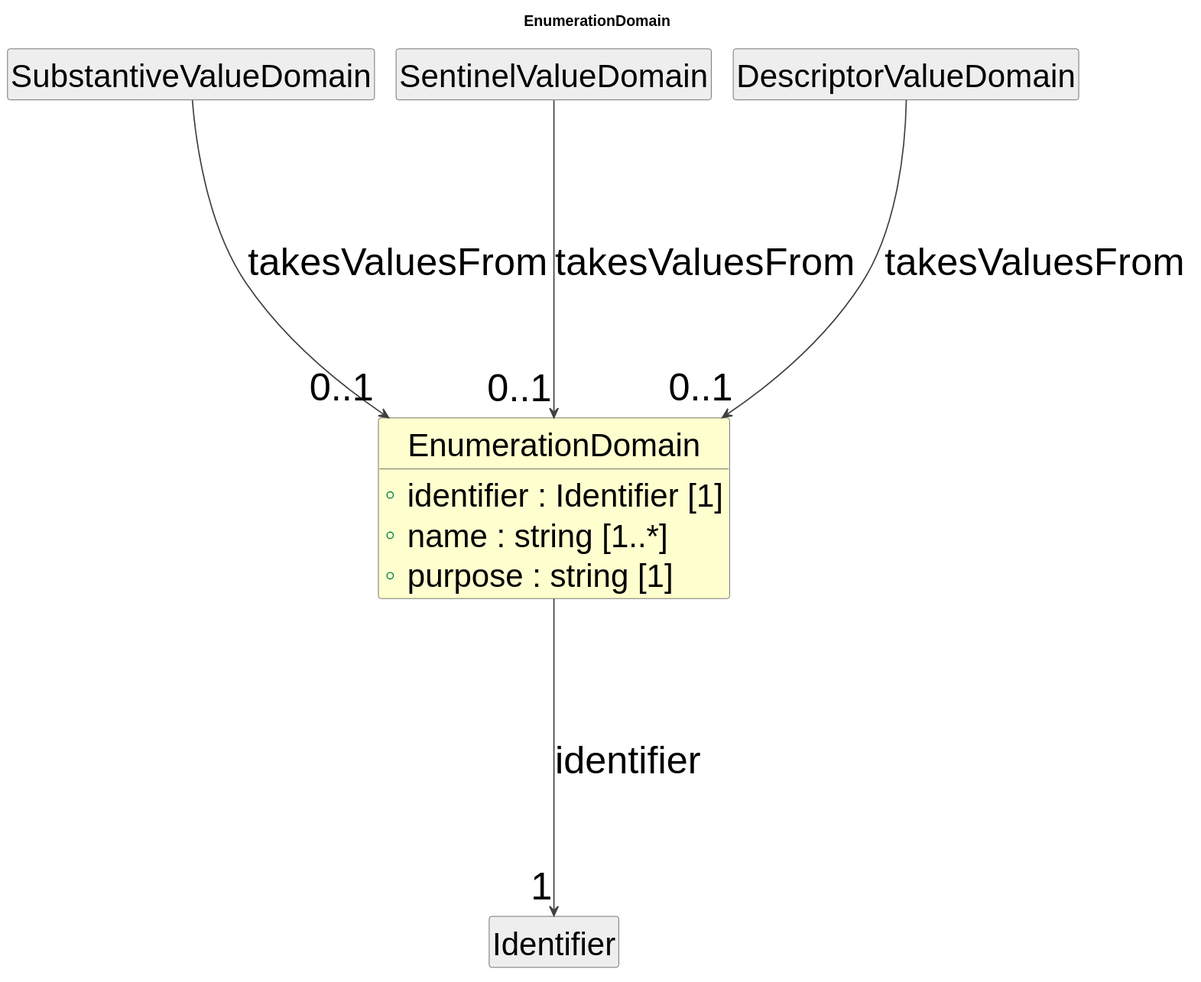
Cross-Domain-Interoperability-Framework/metadataBuildingBlocks keeps this PlantUML diagram as cdif-uml-model/_plantuml/discoveryDataDescriptionStructure/Classes/EnumerationDomain.svg. Above is the earlier version.
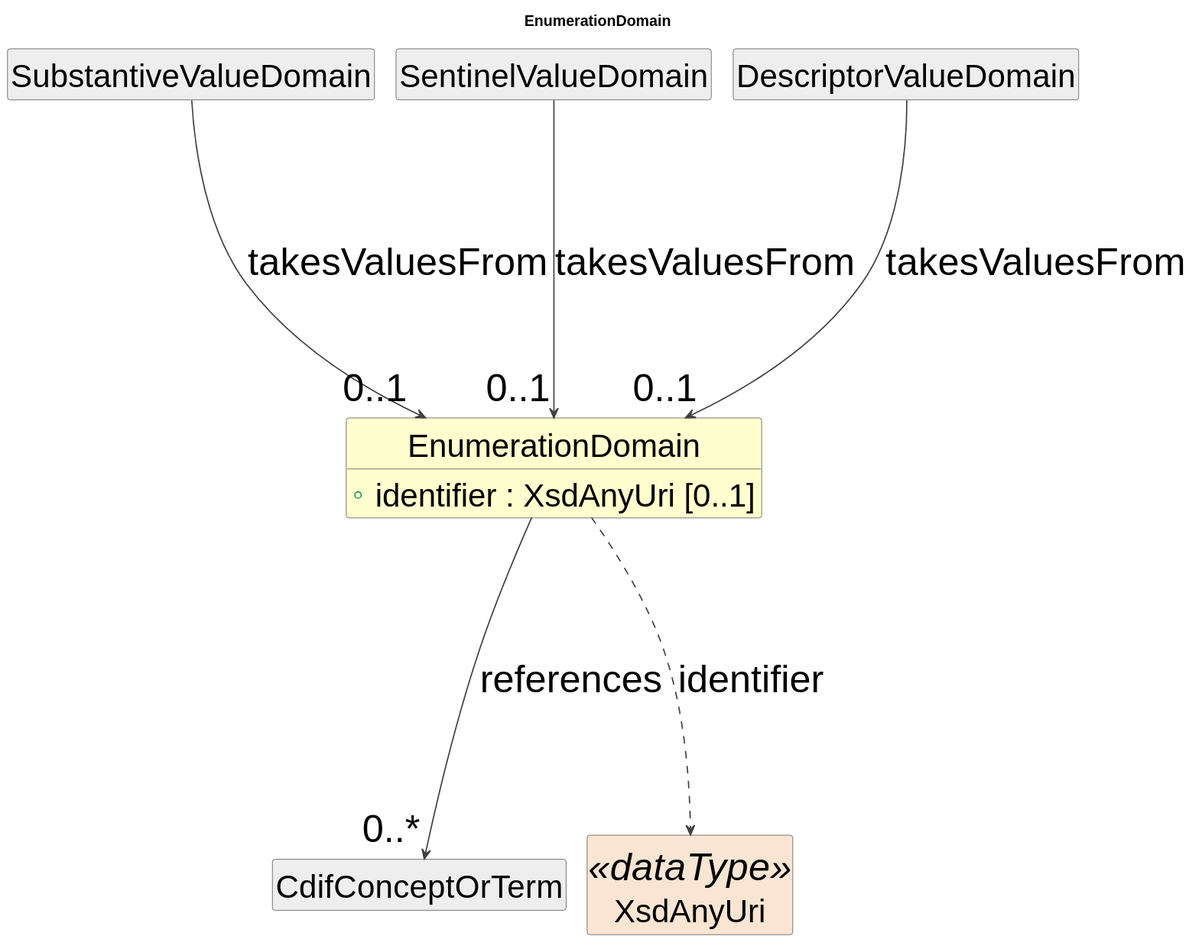
After the commit.

Diff of the diagram source:
```diff
@@ -15,16 +15,16 @@
 }
 
 class "EnumerationDomain" as EnumerationDomain #FEFECE {
-  +identifier : Identifier [1]
-  +name : string [1..*]
-  +purpose : string [1]
+  +identifier : XsdAnyUri [0..1]
 }
 class "SubstantiveValueDomain" as SubstantiveValueDomain #EEEEEE
 SubstantiveValueDomain --> "0..1" EnumerationDomain : takesValuesFrom
 class "SentinelValueDomain" as SentinelValueDomain #EEEEEE
 SentinelValueDomain --> "0..1" EnumerationDomain : takesValuesFrom
+class "CdifConceptOrTerm" as CdifConceptOrTerm #EEEEEE
+EnumerationDomain --> "0..*" CdifConceptOrTerm : references
 class "DescriptorValueDomain" as DescriptorValueDomain #EEEEEE
 DescriptorValueDomain --> "0..1" EnumerationDomain : takesValuesFrom
-class "Identifier" as Identifier #EEEEEE
-EnumerationDomain --> "1" Identifier : identifier
+class "XsdAnyUri" as XsdAnyUri <<dataType>> #FAE5D3
+EnumerationDomain ..> XsdAnyUri : identifier
 @enduml
```
